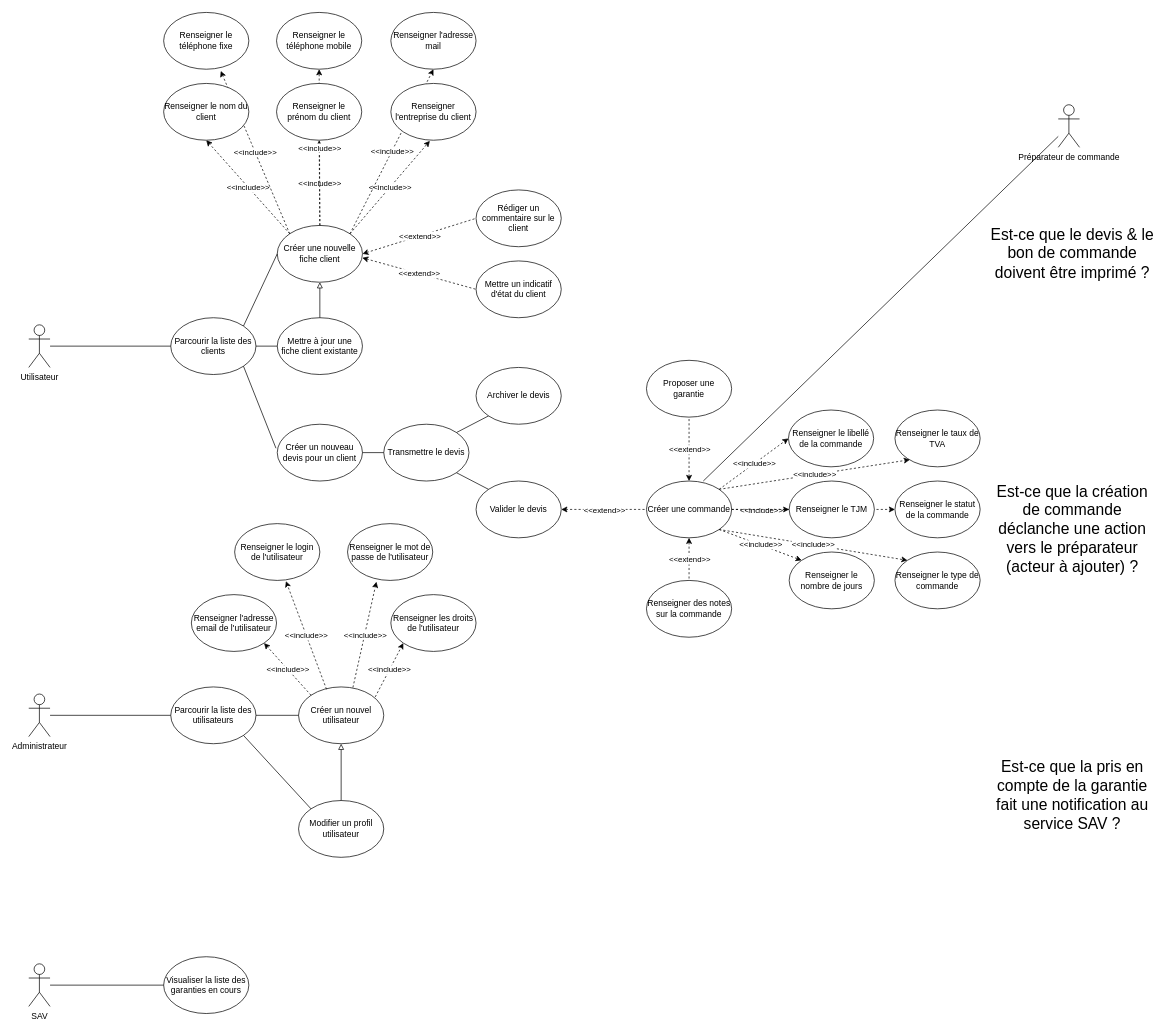
This is Cahier des charges/Quentin/2emeVersion/UsesCases.drawio from QuentinFROMENTE/POEC_Wijin_Java_JEE_Projet, a draw.io file, before an edit. Source tidied: cells renumbered, new cells numbered last; positions are measured from the earlier drawing's top-left corner, leaving out a move shared by most shapes. Both pictures are drawn from the tidied source at 71%, with x=0, y=0 at pixel (28, 12).
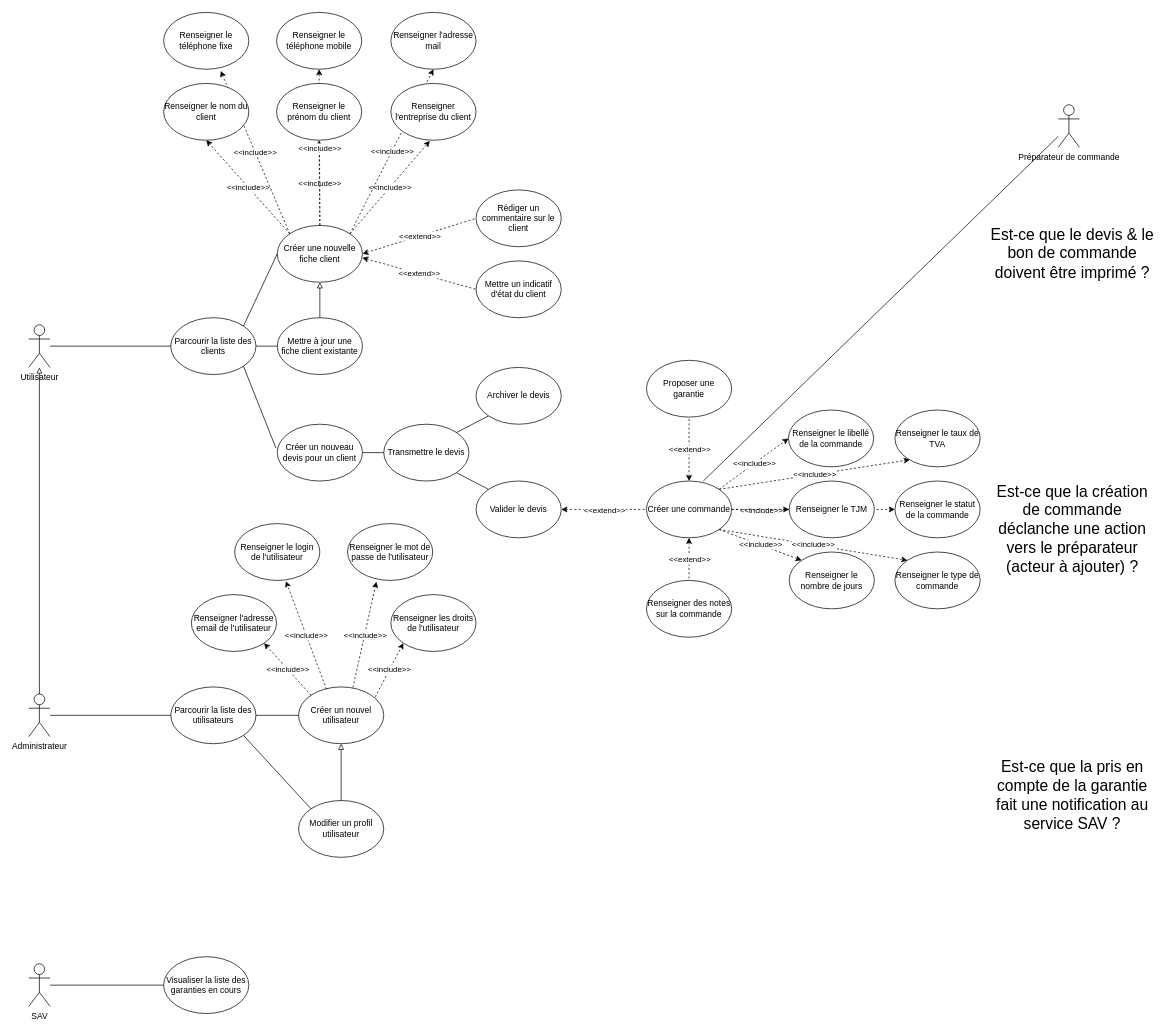
The same diagram, later.

Commit message (it also covers changes not shown here):
Mise à jours de UC création client

The change refers to these unchanged cells:
```xml
<mxCell id="2" value="Utilisateur" style="shape=umlActor;verticalLabelPosition=bottom;verticalAlign=top;html=1;outlineConnect=0;" parent="1" vertex="1">
  <mxGeometry y="440" width="30" height="60" as="geometry" />
</mxCell>
<mxCell id="69" value="Administrateur" style="shape=umlActor;verticalLabelPosition=bottom;verticalAlign=top;html=1;outlineConnect=0;" parent="1" vertex="1">
  <mxGeometry y="960" width="30" height="60" as="geometry" />
</mxCell>
```

The edit, as a diff of the source:
```diff
@@
+    <mxCell id="97" style="endArrow=block;html=1;exitX=0.5;exitY=0;exitDx=0;exitDy=0;exitPerimeter=0;endFill=0;" parent="1" edge="1" source="69" target="2">
+      <mxGeometry relative="1" as="geometry" />
+    </mxCell>
```
